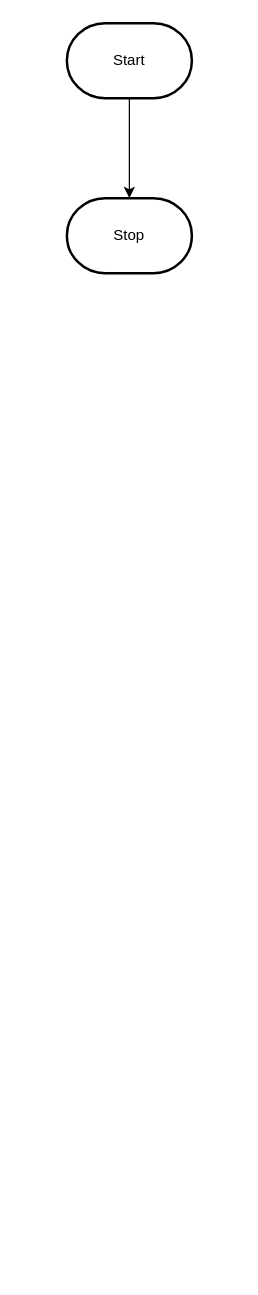
Before: design/flowchart.drawio in kai-nguyen-4/ICD2O-Unit-6-01-kai-nguyen-4, a draw.io diagram. Source tidied: cells renumbered, new cells numbered last; positions are measured from the earlier drawing's top-left corner, leaving out a move shared by most shapes. Both pictures are drawn from the tidied source at 125%, with x=0, y=0 at pixel (66, 22).
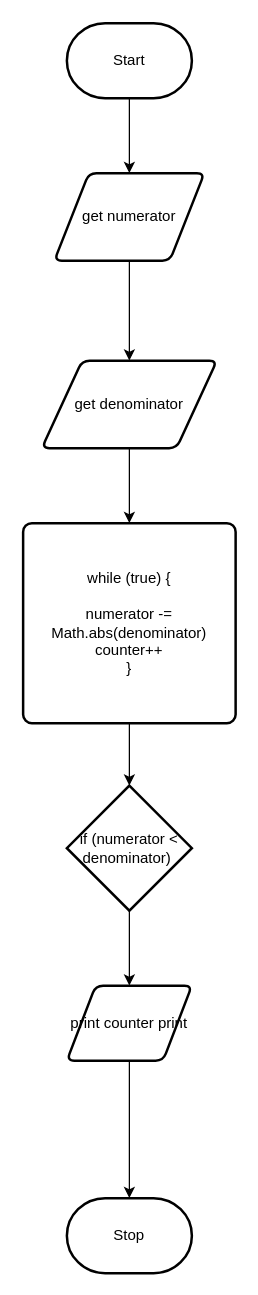
After the change.

The edit, as a diff of the source:
```diff
@@
 <mxGraphModel>
   <root>
     <mxCell id="0" />
     <mxCell id="1" parent="0" />
-    <mxCell id="2" style="edgeStyle=orthogonalEdgeStyle;html=1;rounded=0;" parent="1" edge="1" source="3" target="4">
-      <mxGeometry relative="1" as="geometry" />
-    </mxCell>
+    <mxCell id="5" style="edgeStyle=none;html=1;entryX=0.5;entryY=0;entryDx=0;entryDy=0;" parent="1" edge="1" source="3" target="2">
+      <mxGeometry relative="1" as="geometry" />
+    </mxCell>
     <mxCell id="3" value="Start" style="strokeWidth=2;html=1;shape=mxgraph.flowchart.terminator;whiteSpace=wrap;" parent="1" vertex="1">
       <mxGeometry width="100" height="60" as="geometry" />
     </mxCell>
     <mxCell id="4" value="Stop" style="strokeWidth=2;html=1;shape=mxgraph.flowchart.terminator;whiteSpace=wrap;" parent="1" vertex="1">
-      <mxGeometry y="140" width="100" height="60" as="geometry" />
+      <mxGeometry y="940" width="100" height="60" as="geometry" />
     </mxCell>
+    <mxCell id="6" style="edgeStyle=none;html=1;" parent="1" edge="1" source="2" target="8">
+      <mxGeometry relative="1" as="geometry" />
+    </mxCell>
+    <mxCell id="2" value="get numerator" style="shape=parallelogram;html=1;strokeWidth=2;perimeter=parallelogramPerimeter;whiteSpace=wrap;rounded=1;arcSize=12;size=0.23;" parent="1" vertex="1">
+      <mxGeometry x="-10" y="120" width="120" height="70" as="geometry" />
+    </mxCell>
+    <mxCell id="7" style="edgeStyle=none;html=1;" parent="1" edge="1" source="8" target="10">
+      <mxGeometry relative="1" as="geometry" />
+    </mxCell>
+    <mxCell id="8" value="get denominator" style="shape=parallelogram;html=1;strokeWidth=2;perimeter=parallelogramPerimeter;whiteSpace=wrap;rounded=1;arcSize=12;size=0.23;" parent="1" vertex="1">
+      <mxGeometry x="-20" y="270" width="140" height="70" as="geometry" />
+    </mxCell>
+    <mxCell id="9" style="edgeStyle=none;html=1;entryX=0.5;entryY=0;entryDx=0;entryDy=0;entryPerimeter=0;" parent="1" edge="1" source="10" target="12">
+      <mxGeometry relative="1" as="geometry" />
+    </mxCell>
+    <mxCell id="10" value="while (true) {&lt;br&gt;&lt;br&gt;numerator -= Math.abs(denominator)&lt;br&gt;counter++&lt;br&gt;}" style="rounded=1;whiteSpace=wrap;html=1;absoluteArcSize=1;arcSize=14;strokeWidth=2;" parent="1" vertex="1">
+      <mxGeometry x="-35" y="400" width="170" height="160" as="geometry" />
+    </mxCell>
+    <mxCell id="11" style="edgeStyle=none;html=1;" parent="1" edge="1" source="12" target="14">
+      <mxGeometry relative="1" as="geometry" />
+    </mxCell>
+    <mxCell id="12" value="if (numerator &amp;lt; denominator)&amp;nbsp;" style="strokeWidth=2;html=1;shape=mxgraph.flowchart.decision;whiteSpace=wrap;" parent="1" vertex="1">
+      <mxGeometry y="610" width="100" height="100" as="geometry" />
+    </mxCell>
+    <mxCell id="13" style="edgeStyle=none;html=1;entryX=0.5;entryY=0;entryDx=0;entryDy=0;entryPerimeter=0;" parent="1" edge="1" source="14" target="4">
+      <mxGeometry relative="1" as="geometry" />
+    </mxCell>
+    <mxCell id="14" value="print counter print" style="shape=parallelogram;html=1;strokeWidth=2;perimeter=parallelogramPerimeter;whiteSpace=wrap;rounded=1;arcSize=12;size=0.23;" parent="1" vertex="1">
+      <mxGeometry y="770" width="100" height="60" as="geometry" />
+    </mxCell>
   </root>
 </mxGraphModel>
```
